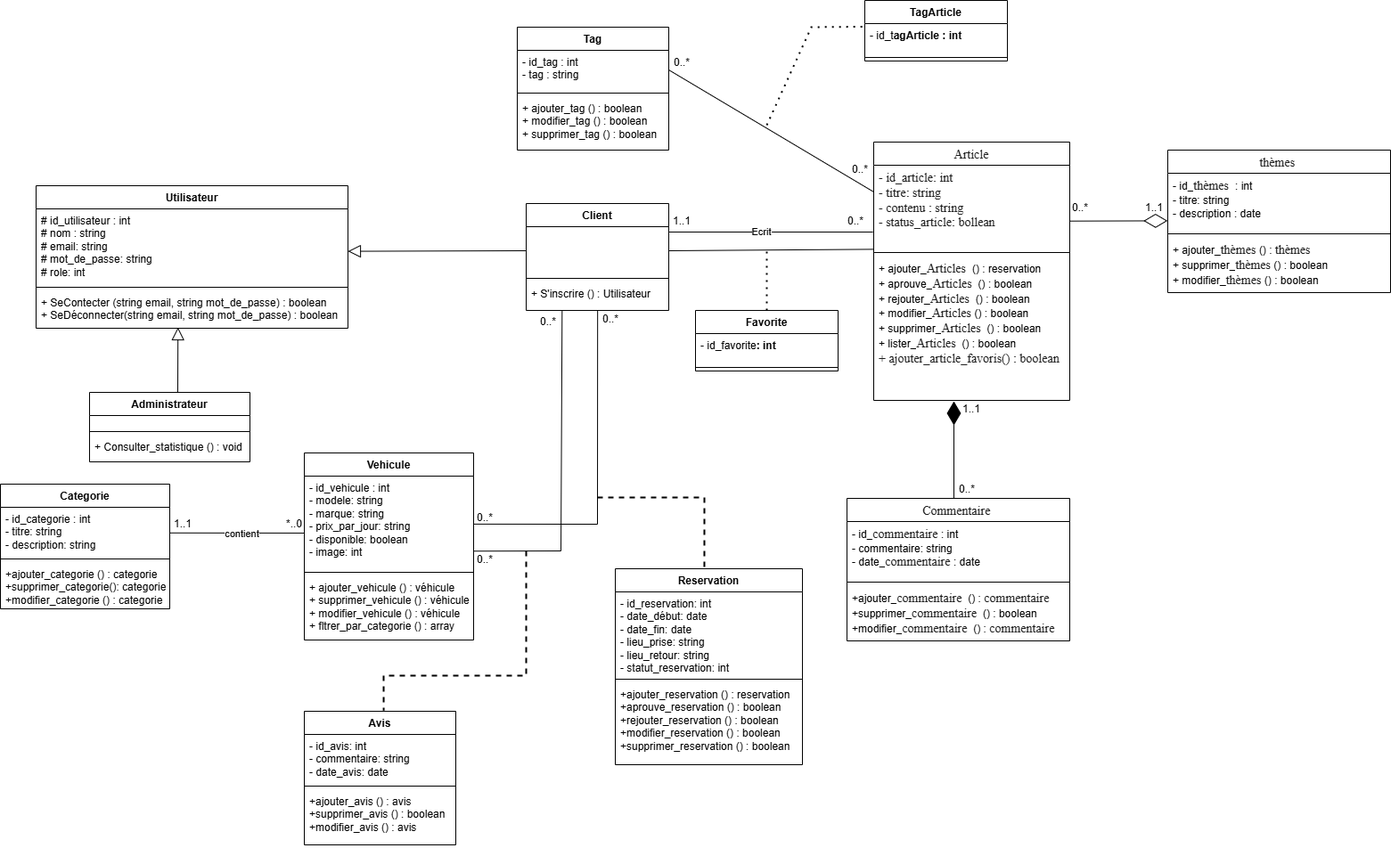
AZIZABADA10/Location_de_voiture keeps this draw.io diagram as Modelisation/Diagramme_de_classe.png. Above is the earlier version. Source tidied: cells renumbered, new cells last; positions are measured from the earlier drawing's top-left corner, leaving out a move shared by most shapes.
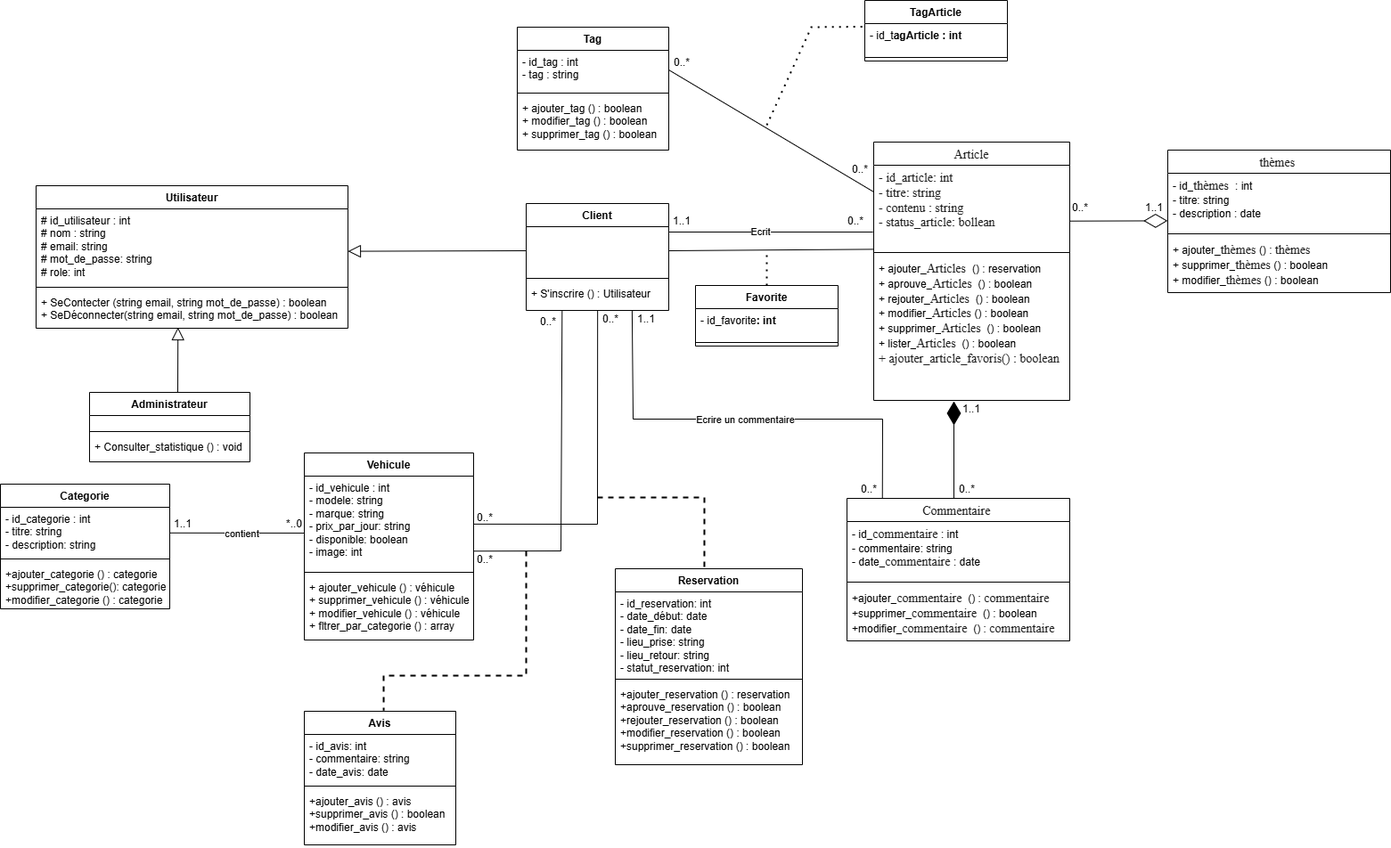
The same file after the commit.

Commit message:
Mise à jour du diagramme de classe

What changed in the source:
```diff
@@ -264,7 +264,7 @@
       </mxGeometry>
     </mxCell>
     <mxCell id="79" value="Favorite" style="swimlane;fontStyle=1;align=center;verticalAlign=top;horizontal=1;startSize=26;whiteSpace=wrap;html=1;" parent="1" vertex="1">
-      <mxGeometry x="780" y="348" width="160" height="68" as="geometry" />
+      <mxGeometry x="780" y="320" width="160" height="68" as="geometry" />
     </mxCell>
     <mxCell id="80" value="&lt;div&gt;&lt;div&gt;- id_favorite&lt;span style=&quot;background-color: transparent; color: light-dark(rgb(0, 0, 0), rgb(255, 255, 255)); font-weight: 700; text-align: center;&quot;&gt;: int&lt;/span&gt;&lt;/div&gt;&lt;/div&gt;&lt;div&gt;&lt;br&gt;&lt;/div&gt;" style="text;strokeColor=none;fillColor=none;align=left;verticalAlign=top;spacingLeft=4;spacingRight=4;overflow=hidden;whiteSpace=wrap;html=1;" parent="79" vertex="1">
       <mxGeometry y="26" width="160" height="34" as="geometry" />
@@ -272,5 +272,22 @@
     <mxCell id="81" style="line;strokeWidth=1;fillColor=none;align=left;verticalAlign=middle;spacingTop=-1;spacingLeft=3;spacingRight=3;labelPosition=right;strokeColor=inherit;" parent="79" vertex="1">
       <mxGeometry y="60" width="160" height="8" as="geometry" />
     </mxCell>
+    <mxCell id="82" style="endArrow=none;html=1;rounded=0;exitX=0.743;exitY=0.999;exitDx=0;exitDy=0;exitPerimeter=0;entryX=0.159;entryY=-0.002;entryDx=0;entryDy=0;entryPerimeter=0;" parent="1" edge="1" source="14" target="48">
+      <mxGeometry relative="1" as="geometry">
+        <Array as="points">
+          <mxPoint x="710" y="470" />
+          <mxPoint x="990" y="470" />
+        </Array>
+      </mxGeometry>
+    </mxCell>
+    <mxCell id="83" value="Ecrire un commentaire" style="edgeLabel;html=1;align=center;verticalAlign=middle;" parent="82" vertex="1">
+      <mxGeometry x="0.01" relative="1" as="geometry" />
+    </mxCell>
+    <mxCell id="84" value="1..1" style="text;html=1;whiteSpace=wrap;strokeColor=none;fillColor=none;align=center;verticalAlign=middle;rounded=0;" parent="1" vertex="1">
+      <mxGeometry x="710" y="348" width="30" height="20" as="geometry" />
+    </mxCell>
+    <mxCell id="85" value="0..*" style="text;html=1;whiteSpace=wrap;strokeColor=none;fillColor=none;align=center;verticalAlign=middle;rounded=0;" parent="1" vertex="1">
+      <mxGeometry x="960" y="539" width="30" height="20" as="geometry" />
+    </mxCell>
   </root>
 </mxGraphModel>
```
